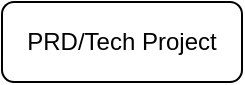
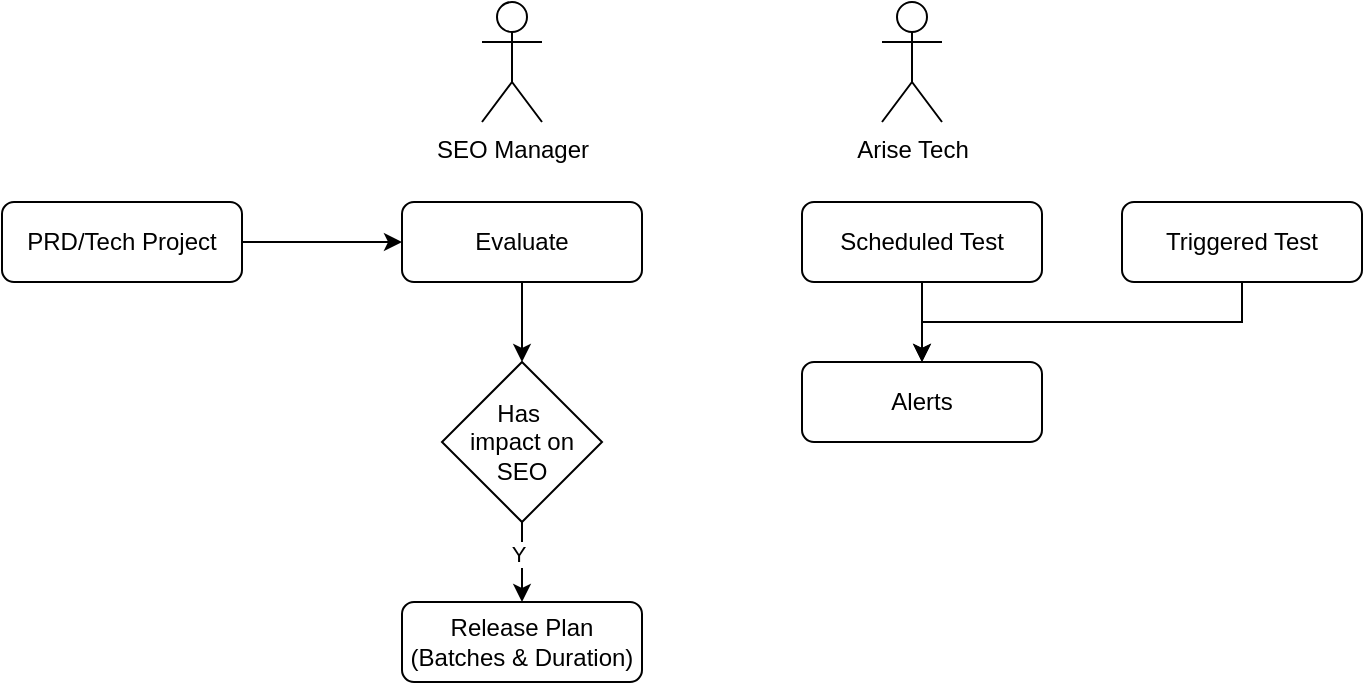
<mxfile host="app.diagrams.net">
  <diagram name="第 1 页" id="Oywsas0_Q6T_nn0yHsJd">
    <mxGraphModel dx="1414" dy="695" grid="1" gridSize="10" guides="1" tooltips="1" connect="1" arrows="1" fold="1" page="1" pageScale="1" pageWidth="827" pageHeight="1169" math="0" shadow="0">
      <root>
        <mxCell id="0" />
        <mxCell id="1" parent="0" />
+         <mxCell id="S5wqQ8TVf0p2nLJxm5aY-11" edge="1" parent="1" source="S5wqQ8TVf0p2nLJxm5aY-1" style="edgeStyle=orthogonalEdgeStyle;rounded=0;orthogonalLoop=1;jettySize=auto;html=1;exitX=1;exitY=0.5;exitDx=0;exitDy=0;entryX=0;entryY=0.5;entryDx=0;entryDy=0;" target="S5wqQ8TVf0p2nLJxm5aY-4">
+           <mxGeometry relative="1" as="geometry" />
+         </mxCell>
        <mxCell id="S5wqQ8TVf0p2nLJxm5aY-1" parent="1" style="rounded=1;whiteSpace=wrap;html=1;" value="PRD/Tech Project" vertex="1">
-           <mxGeometry height="40" width="120" x="80" y="40" as="geometry" />
+           <mxGeometry height="40" width="120" x="40" y="120" as="geometry" />
+         </mxCell>
+         <mxCell id="S5wqQ8TVf0p2nLJxm5aY-2" parent="1" style="shape=umlActor;verticalLabelPosition=bottom;verticalAlign=top;html=1;outlineConnect=0;" value="SEO Manager" vertex="1">
+           <mxGeometry height="60" width="30" x="280" y="20" as="geometry" />
+         </mxCell>
+         <mxCell id="S5wqQ8TVf0p2nLJxm5aY-3" parent="1" style="shape=umlActor;verticalLabelPosition=bottom;verticalAlign=top;html=1;outlineConnect=0;" value="Arise Tech" vertex="1">
+           <mxGeometry height="60" width="30" x="480" y="20" as="geometry" />
+         </mxCell>
+         <mxCell id="S5wqQ8TVf0p2nLJxm5aY-12" edge="1" parent="1" source="S5wqQ8TVf0p2nLJxm5aY-4" style="edgeStyle=orthogonalEdgeStyle;rounded=0;orthogonalLoop=1;jettySize=auto;html=1;exitX=0.5;exitY=1;exitDx=0;exitDy=0;entryX=0.5;entryY=0;entryDx=0;entryDy=0;" target="S5wqQ8TVf0p2nLJxm5aY-5">
+           <mxGeometry relative="1" as="geometry" />
+         </mxCell>
+         <mxCell id="S5wqQ8TVf0p2nLJxm5aY-4" parent="1" style="rounded=1;whiteSpace=wrap;html=1;" value="Evaluate" vertex="1">
+           <mxGeometry height="40" width="120" x="240" y="120" as="geometry" />
+         </mxCell>
+         <mxCell id="S5wqQ8TVf0p2nLJxm5aY-13" edge="1" parent="1" source="S5wqQ8TVf0p2nLJxm5aY-5" style="edgeStyle=orthogonalEdgeStyle;rounded=0;orthogonalLoop=1;jettySize=auto;html=1;exitX=0.5;exitY=1;exitDx=0;exitDy=0;entryX=0.5;entryY=0;entryDx=0;entryDy=0;" target="S5wqQ8TVf0p2nLJxm5aY-8">
+           <mxGeometry relative="1" as="geometry" />
+         </mxCell>
+         <mxCell id="S5wqQ8TVf0p2nLJxm5aY-14" connectable="0" parent="S5wqQ8TVf0p2nLJxm5aY-13" style="edgeLabel;html=1;align=center;verticalAlign=middle;resizable=0;points=[];" value="Y" vertex="1">
+           <mxGeometry relative="1" x="-0.2" y="-2" as="geometry">
+             <mxPoint as="offset" />
+           </mxGeometry>
+         </mxCell>
+         <mxCell id="S5wqQ8TVf0p2nLJxm5aY-5" parent="1" style="rhombus;whiteSpace=wrap;html=1;" value="Has&amp;nbsp;&lt;div&gt;impact on SEO&lt;/div&gt;" vertex="1">
+           <mxGeometry height="80" width="80" x="260" y="200" as="geometry" />
+         </mxCell>
+         <mxCell id="S5wqQ8TVf0p2nLJxm5aY-15" edge="1" parent="1" source="S5wqQ8TVf0p2nLJxm5aY-6" style="edgeStyle=orthogonalEdgeStyle;rounded=0;orthogonalLoop=1;jettySize=auto;html=1;exitX=0.5;exitY=1;exitDx=0;exitDy=0;entryX=0.5;entryY=0;entryDx=0;entryDy=0;" target="S5wqQ8TVf0p2nLJxm5aY-10">
+           <mxGeometry relative="1" as="geometry" />
+         </mxCell>
+         <mxCell id="S5wqQ8TVf0p2nLJxm5aY-6" parent="1" style="rounded=1;whiteSpace=wrap;html=1;" value="Scheduled Test" vertex="1">
+           <mxGeometry height="40" width="120" x="440" y="120" as="geometry" />
+         </mxCell>
+         <mxCell id="S5wqQ8TVf0p2nLJxm5aY-8" parent="1" style="rounded=1;whiteSpace=wrap;html=1;" value="Release Plan&lt;div&gt;(Batches &amp;amp; Duration)&lt;/div&gt;" vertex="1">
+           <mxGeometry height="40" width="120" x="240" y="320" as="geometry" />
+         </mxCell>
+         <mxCell id="S5wqQ8TVf0p2nLJxm5aY-16" edge="1" parent="1" source="S5wqQ8TVf0p2nLJxm5aY-9" style="edgeStyle=orthogonalEdgeStyle;rounded=0;orthogonalLoop=1;jettySize=auto;html=1;exitX=0.5;exitY=1;exitDx=0;exitDy=0;entryX=0.5;entryY=0;entryDx=0;entryDy=0;" target="S5wqQ8TVf0p2nLJxm5aY-10">
+           <mxGeometry relative="1" as="geometry" />
+         </mxCell>
+         <mxCell id="S5wqQ8TVf0p2nLJxm5aY-9" parent="1" style="rounded=1;whiteSpace=wrap;html=1;" value="Triggered Test" vertex="1">
+           <mxGeometry height="40" width="120" x="600" y="120" as="geometry" />
+         </mxCell>
+         <mxCell id="S5wqQ8TVf0p2nLJxm5aY-10" parent="1" style="rounded=1;whiteSpace=wrap;html=1;" value="Alerts" vertex="1">
+           <mxGeometry height="40" width="120" x="440" y="200" as="geometry" />
        </mxCell>
      </root>
    </mxGraphModel>
  </diagram>
</mxfile>
